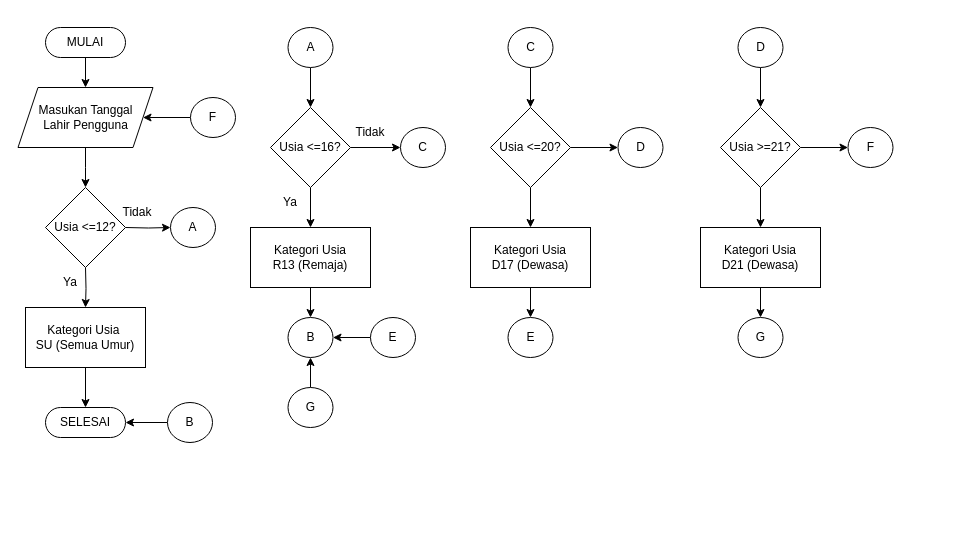
Earlier version of the draw.io diagram Flowchart Kategori Usia.drawio (abdraiin/Sistem-Rekomendasi-Konten). Source tidied: cells renumbered, new cells numbered last; positions are measured from the earlier drawing's top-left corner, leaving out a move shared by most shapes. Both pictures are drawn from the tidied source at 100%, with x=0, y=0 at pixel (18, 27).
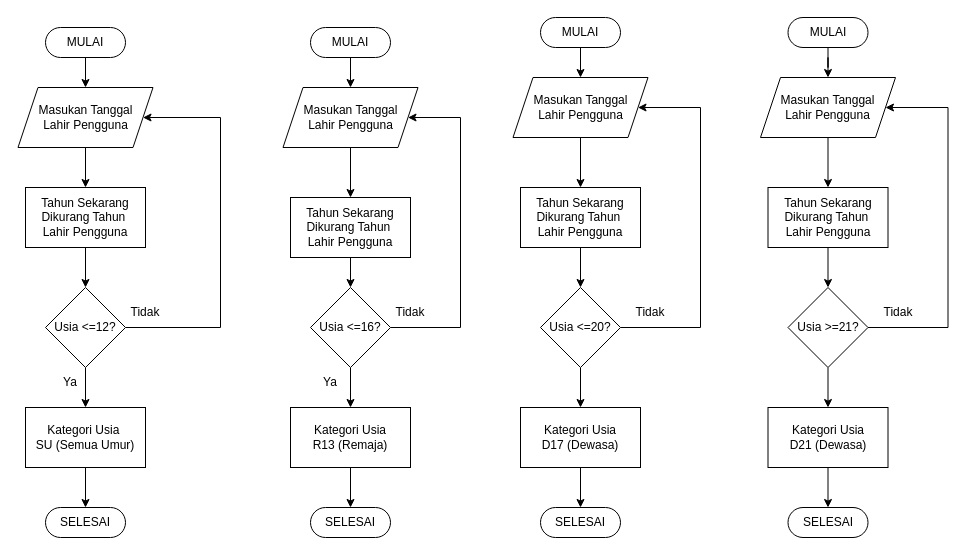
After the change.

Unchanged cells that the change refers to:
```xml
<mxCell id="5" value="Masukan Tanggal&lt;div&gt;Lahir Pengguna&lt;/div&gt;" style="shape=parallelogram;perimeter=parallelogramPerimeter;whiteSpace=wrap;html=1;fixedSize=1;dashed=0;" parent="1" vertex="1">
  <mxGeometry x="-0.5" y="60" width="135" height="60" as="geometry" />
</mxCell>
```

The edit, as a diff of the source:
```diff
@@
-    <mxCell id="4" style="edgeStyle=orthogonalEdgeStyle;rounded=0;jettySize=auto;html=1;" parent="1" edge="1" source="5">
-      <mxGeometry relative="1" as="geometry">
-        <mxPoint x="67" y="160" as="targetPoint" />
-        <Array as="points">
-          <mxPoint x="67" y="140" />
-          <mxPoint x="67" y="140" />
-        </Array>
-      </mxGeometry>
-    </mxCell>
+    <mxCell id="52" style="edgeStyle=orthogonalEdgeStyle;rounded=0;jettySize=auto;html=1;" parent="1" edge="1" source="5" target="55">
+      <mxGeometry relative="1" as="geometry" />
+    </mxCell>
@@
-    <mxCell id="6" style="edgeStyle=orthogonalEdgeStyle;rounded=0;jettySize=auto;html=1;" parent="1" edge="1" target="9">
-      <mxGeometry relative="1" as="geometry">
-        <mxPoint x="67" y="240" as="sourcePoint" />
-      </mxGeometry>
+    <mxCell id="6" style="edgeStyle=orthogonalEdgeStyle;rounded=0;jettySize=auto;html=1;exitX=0.5;exitY=1;exitDx=0;exitDy=0;" parent="1" edge="1" source="51" target="9">
+      <mxGeometry relative="1" as="geometry" />
     </mxCell>
-    <mxCell id="7" style="edgeStyle=orthogonalEdgeStyle;rounded=0;jettySize=auto;html=1;entryX=0;entryY=0.5;entryDx=0;entryDy=0;" parent="1" edge="1" target="12">
-      <mxGeometry relative="1" as="geometry">
-        <mxPoint x="107" y="200" as="sourcePoint" />
-      </mxGeometry>
-    </mxCell>
@@
     <mxCell id="9" value="Kategori Usia&amp;nbsp;&lt;div&gt;SU (Semua Umur)&lt;/div&gt;" style="whiteSpace=wrap;html=1;dashed=0;" parent="1" vertex="1">
-      <mxGeometry x="7" y="280" width="120" height="60" as="geometry" />
+      <mxGeometry x="7" y="380" width="120" height="60" as="geometry" />
     </mxCell>
     <mxCell id="10" value="SELESAI" style="html=1;dashed=0;whiteSpace=wrap;shape=mxgraph.dfd.start;" parent="1" vertex="1">
-      <mxGeometry x="27" y="380" width="80" height="30" as="geometry" />
+      <mxGeometry x="27" y="480" width="80" height="30" as="geometry" />
     </mxCell>
     <mxCell id="11" value="Ya" style="text;html=1;whiteSpace=wrap;strokeColor=none;fillColor=none;align=center;verticalAlign=middle;rounded=0;" parent="1" vertex="1">
-      <mxGeometry x="22" y="240" width="60" height="30" as="geometry" />
+      <mxGeometry x="22" y="340" width="60" height="30" as="geometry" />
     </mxCell>
-    <mxCell id="12" value="A" style="ellipse;whiteSpace=wrap;html=1;dashed=0;" parent="1" vertex="1">
-      <mxGeometry x="152" y="180" width="45" height="40" as="geometry" />
-    </mxCell>
-    <mxCell id="13" value="Tidak" style="text;html=1;whiteSpace=wrap;strokeColor=none;fillColor=none;align=center;verticalAlign=middle;rounded=0;" parent="1" vertex="1">
-      <mxGeometry x="89" y="170" width="60" height="30" as="geometry" />
-    </mxCell>
-    <mxCell id="14" style="edgeStyle=orthogonalEdgeStyle;rounded=0;jettySize=auto;html=1;" parent="1" edge="1" source="15" target="18">
+    <mxCell id="14" style="edgeStyle=orthogonalEdgeStyle;rounded=0;jettySize=auto;html=1;exitX=0.5;exitY=1;exitDx=0;exitDy=0;" parent="1" edge="1" source="60" target="18">
       <mxGeometry relative="1" as="geometry" />
     </mxCell>
-    <mxCell id="15" value="A" style="ellipse;whiteSpace=wrap;html=1;dashed=0;" parent="1" vertex="1">
-      <mxGeometry x="269.5" width="45" height="40" as="geometry" />
-    </mxCell>
@@
-    <mxCell id="17" style="edgeStyle=orthogonalEdgeStyle;rounded=0;jettySize=auto;html=1;entryX=0;entryY=0.5;entryDx=0;entryDy=0;" parent="1" edge="1" source="18" target="25">
-      <mxGeometry relative="1" as="geometry" />
+    <mxCell id="17" style="edgeStyle=orthogonalEdgeStyle;rounded=0;jettySize=auto;html=1;entryX=1;entryY=0.5;entryDx=0;entryDy=0;" parent="1" edge="1" source="18" target="59">
+      <mxGeometry relative="1" as="geometry">
+        <Array as="points">
+          <mxPoint x="442" y="300" />
+          <mxPoint x="442" y="90" />
+        </Array>
+      </mxGeometry>
     </mxCell>
     <mxCell id="18" value="Usia &amp;lt;=16?" style="rhombus;whiteSpace=wrap;html=1;dashed=0;" parent="1" vertex="1">
-      <mxGeometry x="252" y="80" width="80" height="80" as="geometry" />
+      <mxGeometry x="292" y="260" width="80" height="80" as="geometry" />
     </mxCell>
-    <mxCell id="19" style="edgeStyle=orthogonalEdgeStyle;rounded=0;jettySize=auto;html=1;entryX=0.5;entryY=0;entryDx=0;entryDy=0;" parent="1" edge="1" source="20" target="21">
+    <mxCell id="19" style="edgeStyle=orthogonalEdgeStyle;rounded=0;jettySize=auto;html=1;entryX=0.5;entryY=0.5;entryDx=0;entryDy=-15;entryPerimeter=0;" parent="1" edge="1" source="20" target="62">
       <mxGeometry relative="1" as="geometry" />
     </mxCell>
     <mxCell id="20" value="Kategori Usia&lt;div&gt;R13 (Remaja)&lt;/div&gt;" style="whiteSpace=wrap;html=1;dashed=0;" parent="1" vertex="1">
-      <mxGeometry x="232" y="200" width="120" height="60" as="geometry" />
+      <mxGeometry x="272" y="380" width="120" height="60" as="geometry" />
     </mxCell>
-    <mxCell id="21" value="B" style="ellipse;whiteSpace=wrap;html=1;dashed=0;" parent="1" vertex="1">
-      <mxGeometry x="269.5" y="290" width="45" height="40" as="geometry" />
-    </mxCell>
-    <mxCell id="22" style="edgeStyle=orthogonalEdgeStyle;rounded=0;jettySize=auto;html=1;" parent="1" edge="1" source="23" target="10">
-      <mxGeometry relative="1" as="geometry" />
-    </mxCell>
-    <mxCell id="23" value="B" style="ellipse;whiteSpace=wrap;html=1;dashed=0;" parent="1" vertex="1">
-      <mxGeometry x="149" y="375" width="45" height="40" as="geometry" />
-    </mxCell>
     <mxCell id="24" value="Ya" style="text;html=1;whiteSpace=wrap;strokeColor=none;fillColor=none;align=center;verticalAlign=middle;rounded=0;" parent="1" vertex="1">
-      <mxGeometry x="242" y="160" width="60" height="30" as="geometry" />
+      <mxGeometry x="282" y="340" width="60" height="30" as="geometry" />
     </mxCell>
-    <mxCell id="25" value="C" style="ellipse;whiteSpace=wrap;html=1;dashed=0;" parent="1" vertex="1">
-      <mxGeometry x="382" y="100" width="45" height="40" as="geometry" />
-    </mxCell>
     <mxCell id="26" value="Tidak" style="text;html=1;whiteSpace=wrap;strokeColor=none;fillColor=none;align=center;verticalAlign=middle;rounded=0;" parent="1" vertex="1">
-      <mxGeometry x="322" y="90" width="60" height="30" as="geometry" />
+      <mxGeometry x="362" y="270" width="60" height="30" as="geometry" />
     </mxCell>
-    <mxCell id="27" style="edgeStyle=orthogonalEdgeStyle;rounded=0;jettySize=auto;html=1;" parent="1" edge="1" source="28" target="31">
+    <mxCell id="27" style="edgeStyle=orthogonalEdgeStyle;rounded=0;jettySize=auto;html=1;" parent="1" edge="1" source="69" target="31">
       <mxGeometry relative="1" as="geometry" />
     </mxCell>
-    <mxCell id="28" value="C" style="ellipse;whiteSpace=wrap;html=1;dashed=0;" parent="1" vertex="1">
-      <mxGeometry x="489.5" width="45" height="40" as="geometry" />
-    </mxCell>
@@
-    <mxCell id="30" style="edgeStyle=orthogonalEdgeStyle;rounded=0;jettySize=auto;html=1;" parent="1" edge="1" source="31" target="37">
-      <mxGeometry relative="1" as="geometry" />
+    <mxCell id="30" style="edgeStyle=orthogonalEdgeStyle;rounded=0;jettySize=auto;html=1;entryX=1;entryY=0.5;entryDx=0;entryDy=0;" parent="1" edge="1" source="31" target="68">
+      <mxGeometry relative="1" as="geometry">
+        <Array as="points">
+          <mxPoint x="682" y="300" />
+          <mxPoint x="682" y="80" />
+        </Array>
+      </mxGeometry>
     </mxCell>
     <mxCell id="31" value="Usia &amp;lt;=20?" style="rhombus;whiteSpace=wrap;html=1;dashed=0;" parent="1" vertex="1">
-      <mxGeometry x="472" y="80" width="80" height="80" as="geometry" />
+      <mxGeometry x="522" y="260" width="80" height="80" as="geometry" />
     </mxCell>
-    <mxCell id="32" style="edgeStyle=orthogonalEdgeStyle;rounded=0;jettySize=auto;html=1;" parent="1" edge="1" source="33" target="34">
+    <mxCell id="32" style="edgeStyle=orthogonalEdgeStyle;rounded=0;jettySize=auto;html=1;entryX=0.5;entryY=0.5;entryDx=0;entryDy=-15;entryPerimeter=0;" parent="1" edge="1" source="33" target="63">
       <mxGeometry relative="1" as="geometry" />
     </mxCell>
     <mxCell id="33" value="Kategori Usia&lt;div&gt;D17 (Dewasa)&lt;/div&gt;" style="whiteSpace=wrap;html=1;dashed=0;" parent="1" vertex="1">
-      <mxGeometry x="452" y="200" width="120" height="60" as="geometry" />
+      <mxGeometry x="502" y="380" width="120" height="60" as="geometry" />
     </mxCell>
-    <mxCell id="34" value="E" style="ellipse;whiteSpace=wrap;html=1;dashed=0;" parent="1" vertex="1">
-      <mxGeometry x="489.5" y="290" width="45" height="40" as="geometry" />
-    </mxCell>
-    <mxCell id="35" style="edgeStyle=orthogonalEdgeStyle;rounded=0;jettySize=auto;html=1;" parent="1" edge="1" source="36" target="21">
-      <mxGeometry relative="1" as="geometry" />
-    </mxCell>
-    <mxCell id="36" value="E" style="ellipse;whiteSpace=wrap;html=1;dashed=0;" parent="1" vertex="1">
-      <mxGeometry x="352" y="290" width="45" height="40" as="geometry" />
-    </mxCell>
-    <mxCell id="37" value="D" style="ellipse;whiteSpace=wrap;html=1;dashed=0;" parent="1" vertex="1">
-      <mxGeometry x="599.5" y="100" width="45" height="40" as="geometry" />
-    </mxCell>
-    <mxCell id="38" style="edgeStyle=orthogonalEdgeStyle;rounded=0;jettySize=auto;html=1;" parent="1" edge="1" source="39" target="42">
+    <mxCell id="38" style="edgeStyle=orthogonalEdgeStyle;rounded=0;jettySize=auto;html=1;exitX=0.5;exitY=1;exitDx=0;exitDy=0;" parent="1" edge="1" source="74" target="42">
       <mxGeometry relative="1" as="geometry" />
     </mxCell>
-    <mxCell id="39" value="D" style="ellipse;whiteSpace=wrap;html=1;dashed=0;" parent="1" vertex="1">
-      <mxGeometry x="719.5" width="45" height="40" as="geometry" />
-    </mxCell>
@@
-    <mxCell id="41" style="edgeStyle=orthogonalEdgeStyle;rounded=0;jettySize=auto;html=1;" parent="1" edge="1" source="42" target="46">
-      <mxGeometry relative="1" as="geometry" />
+    <mxCell id="41" style="edgeStyle=orthogonalEdgeStyle;rounded=0;jettySize=auto;html=1;entryX=1;entryY=0.5;entryDx=0;entryDy=0;" parent="1" edge="1" source="42" target="73">
+      <mxGeometry relative="1" as="geometry">
+        <Array as="points">
+          <mxPoint x="929.5" y="300" />
+          <mxPoint x="929.5" y="80" />
+        </Array>
+      </mxGeometry>
     </mxCell>
     <mxCell id="42" value="Usia &amp;gt;=21?" style="rhombus;whiteSpace=wrap;html=1;dashed=0;" parent="1" vertex="1">
-      <mxGeometry x="702" y="80" width="80" height="80" as="geometry" />
+      <mxGeometry x="769.5" y="260" width="80" height="80" as="geometry" />
     </mxCell>
-    <mxCell id="43" style="edgeStyle=orthogonalEdgeStyle;rounded=0;jettySize=auto;html=1;" parent="1" edge="1" source="44" target="45">
+    <mxCell id="43" style="edgeStyle=orthogonalEdgeStyle;rounded=0;jettySize=auto;html=1;entryX=0.5;entryY=0.5;entryDx=0;entryDy=-15;entryPerimeter=0;" parent="1" edge="1" source="44" target="64">
       <mxGeometry relative="1" as="geometry" />
     </mxCell>
     <mxCell id="44" value="Kategori Usia&lt;div&gt;D21 (Dewasa)&lt;/div&gt;" style="whiteSpace=wrap;html=1;dashed=0;" parent="1" vertex="1">
-      <mxGeometry x="682" y="200" width="120" height="60" as="geometry" />
+      <mxGeometry x="749.5" y="380" width="120" height="60" as="geometry" />
     </mxCell>
-    <mxCell id="45" value="G" style="ellipse;whiteSpace=wrap;html=1;dashed=0;" parent="1" vertex="1">
-      <mxGeometry x="719.5" y="290" width="45" height="40" as="geometry" />
-    </mxCell>
-    <mxCell id="46" value="F" style="ellipse;whiteSpace=wrap;html=1;dashed=0;" parent="1" vertex="1">
-      <mxGeometry x="829.5" y="100" width="45" height="40" as="geometry" />
-    </mxCell>
-    <mxCell id="47" style="edgeStyle=orthogonalEdgeStyle;rounded=0;jettySize=auto;html=1;" parent="1" edge="1" source="48" target="5">
-      <mxGeometry relative="1" as="geometry" />
-    </mxCell>
-    <mxCell id="48" value="F" style="ellipse;whiteSpace=wrap;html=1;dashed=0;" parent="1" vertex="1">
-      <mxGeometry x="172" y="70" width="45" height="40" as="geometry" />
-    </mxCell>
-    <mxCell id="49" style="edgeStyle=orthogonalEdgeStyle;rounded=0;jettySize=auto;html=1;" parent="1" edge="1" source="50" target="21">
-      <mxGeometry relative="1" as="geometry" />
-    </mxCell>
-    <mxCell id="50" value="G" style="ellipse;whiteSpace=wrap;html=1;dashed=0;" parent="1" vertex="1">
-      <mxGeometry x="269.5" y="360" width="45" height="40" as="geometry" />
-    </mxCell>
+    <mxCell id="53" style="edgeStyle=orthogonalEdgeStyle;rounded=0;jettySize=auto;html=1;entryX=1;entryY=0.5;entryDx=0;entryDy=0;" parent="1" edge="1" source="51" target="5">
+      <mxGeometry relative="1" as="geometry">
+        <Array as="points">
+          <mxPoint x="202" y="300" />
+          <mxPoint x="202" y="90" />
+        </Array>
+      </mxGeometry>
+    </mxCell>
     <mxCell id="51" value="Usia &amp;lt;=12?" style="rhombus;whiteSpace=wrap;html=1;dashed=0;" parent="1" vertex="1">
-      <mxGeometry x="27" y="160" width="80" height="80" as="geometry" />
+      <mxGeometry x="27" y="260" width="80" height="80" as="geometry" />
     </mxCell>
+    <mxCell id="54" style="edgeStyle=orthogonalEdgeStyle;rounded=0;jettySize=auto;html=1;" parent="1" edge="1" source="55" target="51">
+      <mxGeometry relative="1" as="geometry" />
+    </mxCell>
+    <mxCell id="55" value="Tahun&amp;nbsp;&lt;span style=&quot;background-color: transparent; color: light-dark(rgb(0, 0, 0), rgb(255, 255, 255));&quot;&gt;Sekarang Dikurang Tahun&amp;nbsp;&lt;/span&gt;&lt;div&gt;&lt;span style=&quot;background-color: transparent; color: light-dark(rgb(0, 0, 0), rgb(255, 255, 255));&quot;&gt;Lahir Pengguna&lt;/span&gt;&lt;/div&gt;" style="whiteSpace=wrap;html=1;dashed=0;" parent="1" vertex="1">
+      <mxGeometry x="7" y="160" width="120" height="60" as="geometry" />
+    </mxCell>
+    <mxCell id="56" style="edgeStyle=orthogonalEdgeStyle;rounded=0;jettySize=auto;html=1;" parent="1" edge="1" source="57" target="59">
+      <mxGeometry relative="1" as="geometry" />
+    </mxCell>
+    <mxCell id="57" value="MULAI" style="html=1;dashed=0;whiteSpace=wrap;shape=mxgraph.dfd.start;" parent="1" vertex="1">
+      <mxGeometry x="292" width="80" height="30" as="geometry" />
+    </mxCell>
+    <mxCell id="58" style="edgeStyle=orthogonalEdgeStyle;rounded=0;jettySize=auto;html=1;" parent="1" edge="1" source="59" target="60">
+      <mxGeometry relative="1" as="geometry" />
+    </mxCell>
+    <mxCell id="59" value="Masukan Tanggal&lt;div&gt;Lahir Pengguna&lt;/div&gt;" style="shape=parallelogram;perimeter=parallelogramPerimeter;whiteSpace=wrap;html=1;fixedSize=1;dashed=0;" parent="1" vertex="1">
+      <mxGeometry x="264.5" y="60" width="135" height="60" as="geometry" />
+    </mxCell>
+    <mxCell id="60" value="Tahun&amp;nbsp;&lt;span style=&quot;background-color: transparent; color: light-dark(rgb(0, 0, 0), rgb(255, 255, 255));&quot;&gt;Sekarang Dikurang Tahun&amp;nbsp;&lt;/span&gt;&lt;div&gt;&lt;span style=&quot;background-color: transparent; color: light-dark(rgb(0, 0, 0), rgb(255, 255, 255));&quot;&gt;Lahir Pengguna&lt;/span&gt;&lt;/div&gt;" style="whiteSpace=wrap;html=1;dashed=0;" parent="1" vertex="1">
+      <mxGeometry x="272" y="170" width="120" height="60" as="geometry" />
+    </mxCell>
+    <mxCell id="61" value="Tidak" style="text;html=1;whiteSpace=wrap;strokeColor=none;fillColor=none;align=center;verticalAlign=middle;rounded=0;" parent="1" vertex="1">
+      <mxGeometry x="97" y="270" width="60" height="30" as="geometry" />
+    </mxCell>
+    <mxCell id="62" value="SELESAI" style="html=1;dashed=0;whiteSpace=wrap;shape=mxgraph.dfd.start;" parent="1" vertex="1">
+      <mxGeometry x="292" y="480" width="80" height="30" as="geometry" />
+    </mxCell>
+    <mxCell id="63" value="SELESAI" style="html=1;dashed=0;whiteSpace=wrap;shape=mxgraph.dfd.start;" parent="1" vertex="1">
+      <mxGeometry x="522" y="480" width="80" height="30" as="geometry" />
+    </mxCell>
+    <mxCell id="64" value="SELESAI" style="html=1;dashed=0;whiteSpace=wrap;shape=mxgraph.dfd.start;" parent="1" vertex="1">
+      <mxGeometry x="769.5" y="480" width="80" height="30" as="geometry" />
+    </mxCell>
+    <mxCell id="65" style="edgeStyle=orthogonalEdgeStyle;rounded=0;jettySize=auto;html=1;" parent="1" edge="1" source="66" target="68">
+      <mxGeometry relative="1" as="geometry" />
+    </mxCell>
+    <mxCell id="66" value="MULAI" style="html=1;dashed=0;whiteSpace=wrap;shape=mxgraph.dfd.start;" parent="1" vertex="1">
+      <mxGeometry x="522" y="-10" width="80" height="30" as="geometry" />
+    </mxCell>
+    <mxCell id="67" style="edgeStyle=orthogonalEdgeStyle;rounded=0;jettySize=auto;html=1;" parent="1" edge="1" source="68" target="69">
+      <mxGeometry relative="1" as="geometry" />
+    </mxCell>
+    <mxCell id="68" value="Masukan Tanggal&lt;div&gt;Lahir Pengguna&lt;/div&gt;" style="shape=parallelogram;perimeter=parallelogramPerimeter;whiteSpace=wrap;html=1;fixedSize=1;dashed=0;" parent="1" vertex="1">
+      <mxGeometry x="494.5" y="50" width="135" height="60" as="geometry" />
+    </mxCell>
+    <mxCell id="69" value="Tahun&amp;nbsp;&lt;span style=&quot;background-color: transparent; color: light-dark(rgb(0, 0, 0), rgb(255, 255, 255));&quot;&gt;Sekarang Dikurang Tahun&amp;nbsp;&lt;/span&gt;&lt;div&gt;&lt;span style=&quot;background-color: transparent; color: light-dark(rgb(0, 0, 0), rgb(255, 255, 255));&quot;&gt;Lahir Pengguna&lt;/span&gt;&lt;/div&gt;" style="whiteSpace=wrap;html=1;dashed=0;" parent="1" vertex="1">
+      <mxGeometry x="502" y="160" width="120" height="60" as="geometry" />
+    </mxCell>
+    <mxCell id="70" style="edgeStyle=orthogonalEdgeStyle;rounded=0;jettySize=auto;html=1;" parent="1" edge="1" source="71" target="73">
+      <mxGeometry relative="1" as="geometry" />
+    </mxCell>
+    <mxCell id="71" value="MULAI" style="html=1;dashed=0;whiteSpace=wrap;shape=mxgraph.dfd.start;" parent="1" vertex="1">
+      <mxGeometry x="769.5" y="-10" width="80" height="30" as="geometry" />
+    </mxCell>
+    <mxCell id="72" style="edgeStyle=orthogonalEdgeStyle;rounded=0;jettySize=auto;html=1;" parent="1" edge="1" source="73" target="74">
+      <mxGeometry relative="1" as="geometry" />
+    </mxCell>
+    <mxCell id="73" value="Masukan Tanggal&lt;div&gt;Lahir Pengguna&lt;/div&gt;" style="shape=parallelogram;perimeter=parallelogramPerimeter;whiteSpace=wrap;html=1;fixedSize=1;dashed=0;" parent="1" vertex="1">
+      <mxGeometry x="742" y="50" width="135" height="60" as="geometry" />
+    </mxCell>
+    <mxCell id="74" value="Tahun&amp;nbsp;&lt;span style=&quot;background-color: transparent; color: light-dark(rgb(0, 0, 0), rgb(255, 255, 255));&quot;&gt;Sekarang Dikurang Tahun&amp;nbsp;&lt;/span&gt;&lt;div&gt;&lt;span style=&quot;background-color: transparent; color: light-dark(rgb(0, 0, 0), rgb(255, 255, 255));&quot;&gt;Lahir Pengguna&lt;/span&gt;&lt;/div&gt;" style="whiteSpace=wrap;html=1;dashed=0;" parent="1" vertex="1">
+      <mxGeometry x="749.5" y="160" width="120" height="60" as="geometry" />
+    </mxCell>
+    <mxCell id="75" value="Tidak" style="text;html=1;whiteSpace=wrap;strokeColor=none;fillColor=none;align=center;verticalAlign=middle;rounded=0;" parent="1" vertex="1">
+      <mxGeometry x="602" y="270" width="60" height="30" as="geometry" />
+    </mxCell>
+    <mxCell id="76" value="Tidak" style="text;html=1;whiteSpace=wrap;strokeColor=none;fillColor=none;align=center;verticalAlign=middle;rounded=0;" parent="1" vertex="1">
+      <mxGeometry x="849.5" y="270" width="60" height="30" as="geometry" />
+    </mxCell>
```
